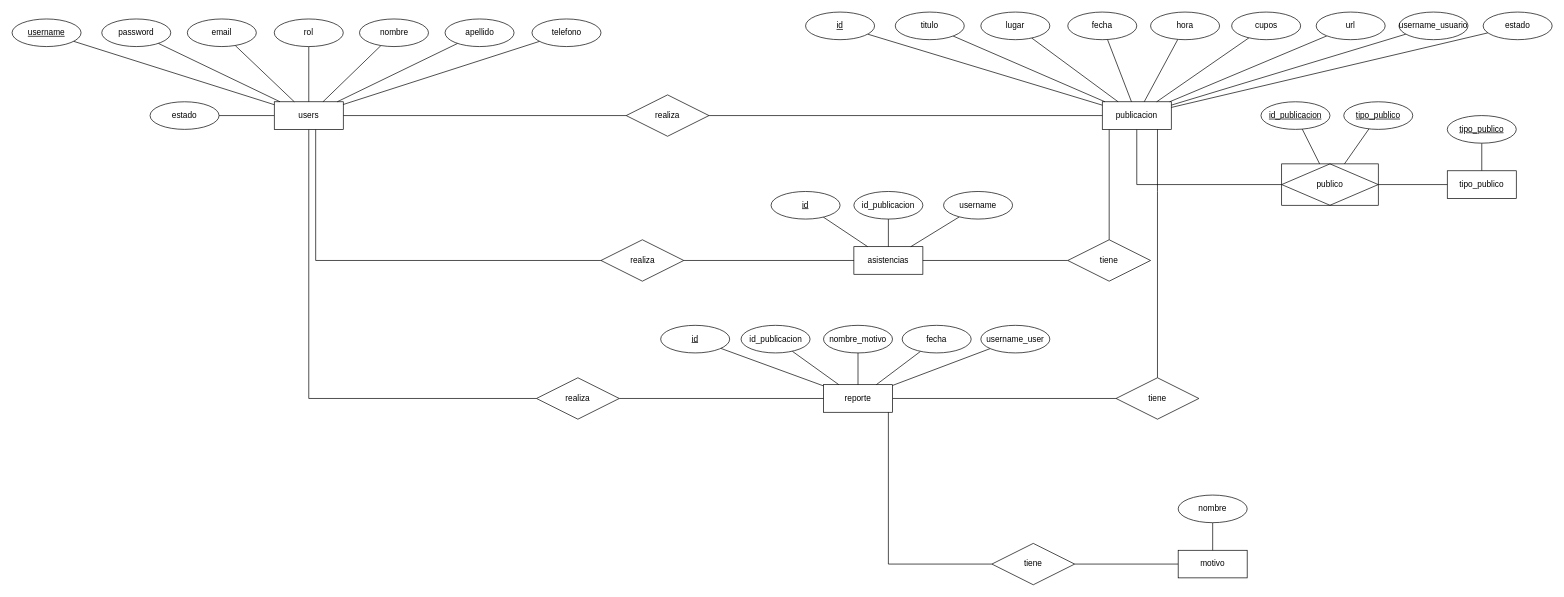
The draw.io diagram page "Entidad Relación" (1 of 5) of Documentación/diagrama entidad relación.drawio in luisbaquiax/publicaciones, before the edit. Source tidied: cells renumbered, new cells numbered last; positions are measured from the earlier drawing's top-left corner, leaving out a move shared by most shapes. Both pictures are drawn from the tidied source at 69%, with x=0, y=0 at pixel (12, 12).
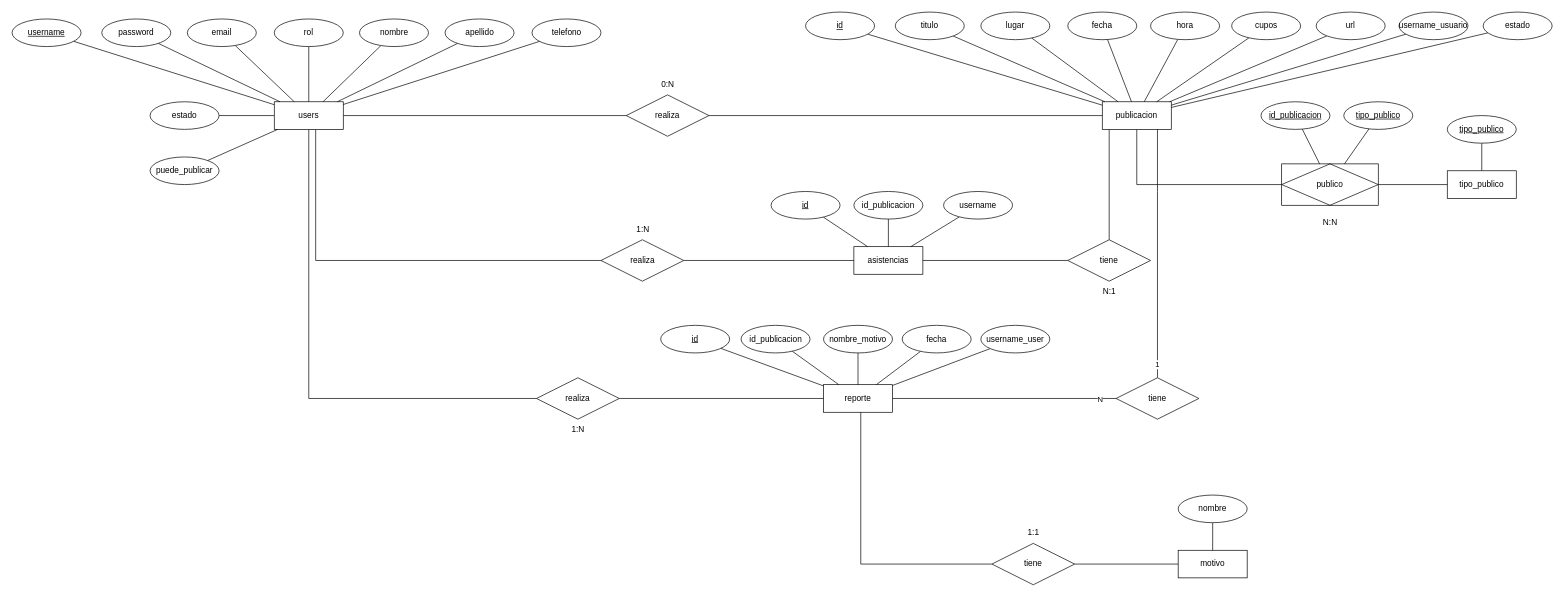
The same page after the edit.

Unchanged cells that the change refers to:
```xml
<mxCell id="6" value="users" style="whiteSpace=wrap;html=1;align=center;" parent="1" vertex="1">
  <mxGeometry x="380" y="130" width="100" height="40" as="geometry" />
</mxCell>
<mxCell id="55" style="edgeStyle=orthogonalEdgeStyle;rounded=0;jettySize=auto;html=1;endArrow=none;endFill=0;" parent="1" edge="1" source="56" target="64">
  <mxGeometry relative="1" as="geometry" />
</mxCell>
<mxCell id="56" value="reporte" style="whiteSpace=wrap;html=1;align=center;" parent="1" vertex="1">
  <mxGeometry x="1176" y="540" width="100" height="40" as="geometry" />
</mxCell>
<mxCell id="63" style="edgeStyle=orthogonalEdgeStyle;rounded=0;jettySize=auto;html=1;endArrow=none;endFill=0;" parent="1" edge="1" source="64" target="23">
  <mxGeometry relative="1" as="geometry">
    <Array as="points">
      <mxPoint x="1660" y="260" />
      <mxPoint x="1660" y="260" />
    </Array>
  </mxGeometry>
</mxCell>
<mxCell id="86" value="tiene" style="shape=rhombus;perimeter=rhombusPerimeter;whiteSpace=wrap;html=1;align=center;" parent="1" vertex="1">
  <mxGeometry x="1420" y="770" width="120" height="60" as="geometry" />
</mxCell>
```

Change to the diagram source:
```diff
@@
+    <mxCell id="87" value="N" style="edgeLabel;html=1;align=center;verticalAlign=middle;" parent="55" vertex="1">
+      <mxGeometry x="0.85" y="-1" relative="1" as="geometry" />
+    </mxCell>
@@
+    <mxCell id="88" value="1" style="edgeLabel;html=1;align=center;verticalAlign=middle;" parent="63" vertex="1">
+      <mxGeometry x="-0.89" y="1" relative="1" as="geometry" />
+    </mxCell>
@@
     <mxCell id="85" style="edgeStyle=orthogonalEdgeStyle;rounded=0;jettySize=auto;html=1;endArrow=none;endFill=0;" parent="1" edge="1" source="86" target="56">
       <mxGeometry relative="1" as="geometry">
         <Array as="points">
-          <mxPoint x="1270" y="800" />
+          <mxPoint x="1230" y="800" />
         </Array>
       </mxGeometry>
     </mxCell>
@@
+    <mxCell id="89" style="edgeStyle=none;rounded=0;jettySize=auto;html=1;endArrow=none;endFill=0;" parent="1" edge="1" source="90" target="6">
+      <mxGeometry relative="1" as="geometry" />
+    </mxCell>
+    <mxCell id="90" value="puede_publicar" style="ellipse;whiteSpace=wrap;html=1;align=center;fontStyle=0;" parent="1" vertex="1">
+      <mxGeometry x="200" y="210" width="100" height="40" as="geometry" />
+    </mxCell>
+    <mxCell id="91" value="1:N" style="text;html=1;align=center;verticalAlign=middle;strokeColor=none;fillColor=none;" parent="1" vertex="1">
+      <mxGeometry x="800" y="590" width="40" height="30" as="geometry" />
+    </mxCell>
+    <mxCell id="92" value="1:N" style="text;html=1;align=center;verticalAlign=middle;strokeColor=none;fillColor=none;" parent="1" vertex="1">
+      <mxGeometry x="893.5" y="300" width="40" height="30" as="geometry" />
+    </mxCell>
+    <mxCell id="93" value="0:N" style="text;html=1;align=center;verticalAlign=middle;strokeColor=none;fillColor=none;" parent="1" vertex="1">
+      <mxGeometry x="930" y="90" width="40" height="30" as="geometry" />
+    </mxCell>
+    <mxCell id="94" value="1:1" style="text;html=1;align=center;verticalAlign=middle;strokeColor=none;fillColor=none;" parent="1" vertex="1">
+      <mxGeometry x="1460" y="740" width="40" height="30" as="geometry" />
+    </mxCell>
+    <mxCell id="95" value="N:N" style="text;html=1;align=center;verticalAlign=middle;strokeColor=none;fillColor=none;" parent="1" vertex="1">
+      <mxGeometry x="1890" y="290" width="40" height="30" as="geometry" />
+    </mxCell>
+    <mxCell id="96" value="N:1" style="text;html=1;align=center;verticalAlign=middle;strokeColor=none;fillColor=none;" parent="1" vertex="1">
+      <mxGeometry x="1570" y="390" width="40" height="30" as="geometry" />
+    </mxCell>
```
